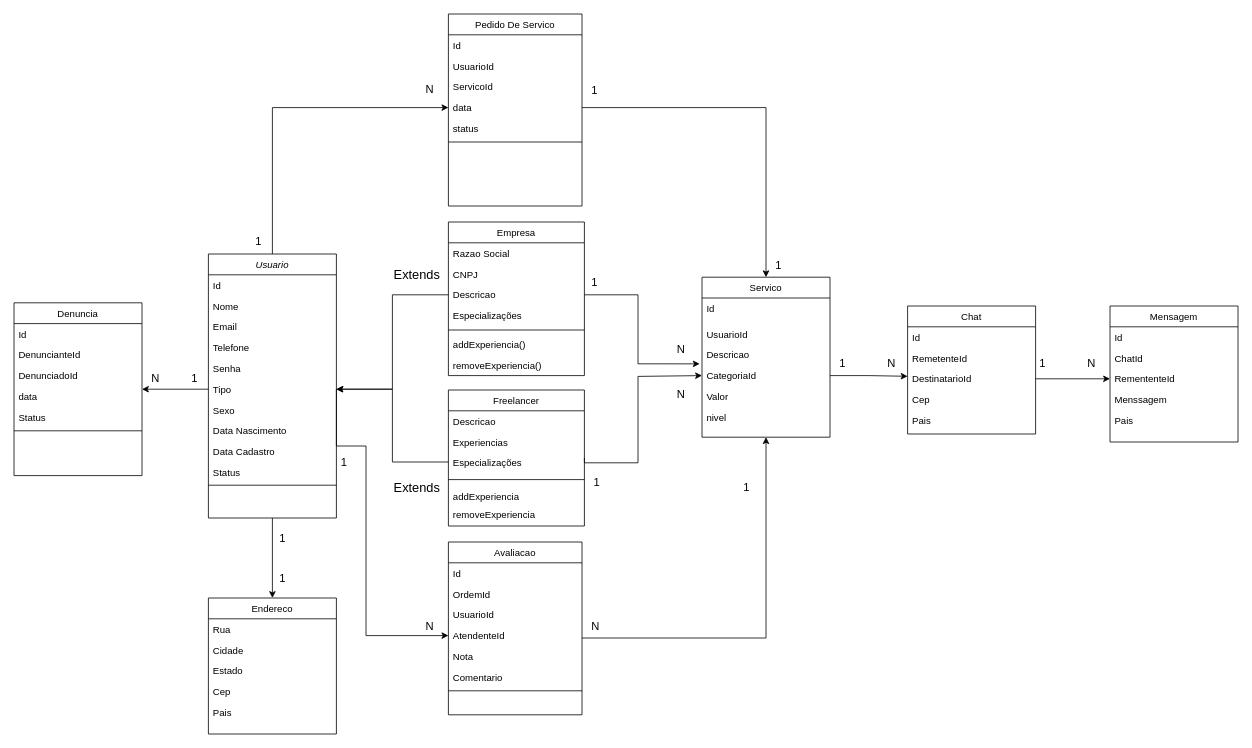
The draw.io diagram parceirtoCerto.drawio in Daniel-Ugulino/parceiroCerto, before the edit. Source tidied: cells renumbered, new cells numbered last; positions are measured from the earlier drawing's top-left corner, leaving out a move shared by most shapes. Both pictures are drawn from the tidied source at 80%, with x=0, y=0 at pixel (14, 14).
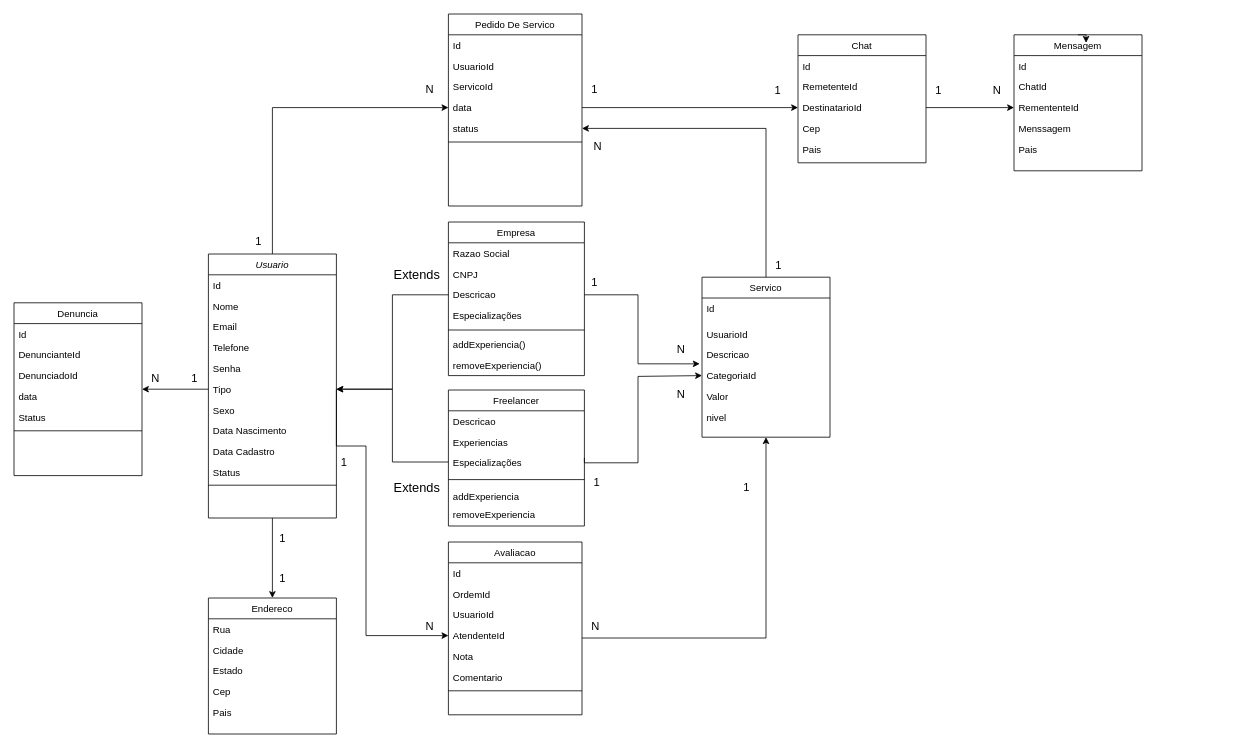
The same diagram, later.

Commit message:
feat: Update on the chat class relation

Unchanged cells that the change refers to:
```xml
<mxCell id="39" value="Servico" style="swimlane;fontStyle=0;align=center;verticalAlign=top;horizontal=1;startSize=26;rounded=0;shadow=0;strokeWidth=1;" parent="1" vertex="1">
  <mxGeometry x="860" y="329" width="160" height="200" as="geometry" />
</mxCell>
<mxCell id="43" value="CategoriaId" style="text;align=left;verticalAlign=top;spacingLeft=4;spacingRight=4;overflow=hidden;points=[[0,0.5],[1,0.5]];portConstraint=eastwest;rounded=0;shadow=0;html=0;" parent="39" vertex="1">
  <mxGeometry y="110" width="160" height="26" as="geometry" />
</mxCell>
<mxCell id="50" value="data" style="text;align=left;verticalAlign=top;spacingLeft=4;spacingRight=4;overflow=hidden;points=[[0,0.5],[1,0.5]];portConstraint=eastwest;rounded=0;shadow=0;html=0;" parent="46" vertex="1">
  <mxGeometry y="104" width="167" height="26" as="geometry" />
</mxCell>
<mxCell id="51" value="status" style="text;align=left;verticalAlign=top;spacingLeft=4;spacingRight=4;overflow=hidden;points=[[0,0.5],[1,0.5]];portConstraint=eastwest;rounded=0;shadow=0;html=0;" parent="46" vertex="1">
  <mxGeometry y="130" width="167" height="26" as="geometry" />
</mxCell>
<mxCell id="56" value="DestinatarioId" style="text;align=left;verticalAlign=top;spacingLeft=4;spacingRight=4;overflow=hidden;points=[[0,0.5],[1,0.5]];portConstraint=eastwest;rounded=0;shadow=0;html=0;" parent="53" vertex="1">
  <mxGeometry y="78" width="160" height="26" as="geometry" />
</mxCell>
```

The edit, as a diff of the source:
```diff
@@
+    <mxCell id="110" style="edgeStyle=orthogonalEdgeStyle;rounded=0;jettySize=auto;html=1;exitX=0.5;exitY=0;exitDx=0;exitDy=0;entryX=1;entryY=0.5;entryDx=0;entryDy=0;" parent="1" edge="1" source="39" target="51">
+      <mxGeometry relative="1" as="geometry" />
+    </mxCell>
@@
     <mxCell id="53" value="Chat" style="swimlane;fontStyle=0;align=center;verticalAlign=top;horizontal=1;startSize=26;rounded=0;shadow=0;strokeWidth=1;" parent="1" vertex="1">
-      <mxGeometry x="1117" y="365" width="160" height="160" as="geometry" />
+      <mxGeometry x="980" y="26" width="160" height="160" as="geometry" />
     </mxCell>
@@
     <mxCell id="59" value="Mensagem" style="swimlane;fontStyle=0;align=center;verticalAlign=top;horizontal=1;startSize=26;rounded=0;shadow=0;strokeWidth=1;" parent="1" vertex="1">
-      <mxGeometry x="1370" y="365" width="160" height="170" as="geometry" />
+      <mxGeometry x="1250" y="26" width="160" height="170" as="geometry" />
     </mxCell>
@@
-    <mxCell id="81" style="edgeStyle=orthogonalEdgeStyle;rounded=0;jettySize=auto;html=1;exitX=1;exitY=0.5;exitDx=0;exitDy=0;entryX=0.5;entryY=0;entryDx=0;entryDy=0;" parent="1" edge="1" source="50" target="39">
-      <mxGeometry relative="1" as="geometry" />
-    </mxCell>
-    <mxCell id="82" value="1" style="text;whiteSpace=wrap;html=1;fontSize=14;" parent="1" vertex="1">
-      <mxGeometry x="720" y="80" width="20" height="30" as="geometry" />
+    <mxCell id="82" value="N" style="text;whiteSpace=wrap;html=1;fontSize=14;" parent="1" vertex="1">
+      <mxGeometry x="723" y="150" width="20" height="30" as="geometry" />
     </mxCell>
@@
-    <mxCell id="97" style="edgeStyle=orthogonalEdgeStyle;rounded=0;jettySize=auto;html=1;exitX=1;exitY=0.5;exitDx=0;exitDy=0;entryX=0;entryY=0.38;entryDx=0;entryDy=0;entryPerimeter=0;" parent="1" edge="1" source="43" target="56">
-      <mxGeometry relative="1" as="geometry" />
-    </mxCell>
@@
     <mxCell id="99" value="1" style="text;whiteSpace=wrap;html=1;fontSize=14;" parent="1" vertex="1">
-      <mxGeometry x="1030" y="422" width="17" height="30" as="geometry" />
+      <mxGeometry x="720" y="79" width="17" height="30" as="geometry" />
     </mxCell>
-    <mxCell id="100" value="N" style="text;whiteSpace=wrap;html=1;fontSize=14;" parent="1" vertex="1">
-      <mxGeometry x="1090" y="422" width="20" height="30" as="geometry" />
+    <mxCell id="100" value="1" style="text;whiteSpace=wrap;html=1;fontSize=14;" parent="1" vertex="1">
+      <mxGeometry x="948.5" y="80" width="20" height="30" as="geometry" />
     </mxCell>
     <mxCell id="101" value="N" style="text;whiteSpace=wrap;html=1;fontSize=14;" parent="1" vertex="1">
-      <mxGeometry x="1340" y="422" width="20" height="30" as="geometry" />
+      <mxGeometry x="1222" y="80" width="19" height="30" as="geometry" />
     </mxCell>
     <mxCell id="102" value="1" style="text;whiteSpace=wrap;html=1;fontSize=14;" parent="1" vertex="1">
-      <mxGeometry x="1280" y="422" width="17" height="30" as="geometry" />
+      <mxGeometry x="1150" y="80" width="17" height="30" as="geometry" />
     </mxCell>
@@
+    <mxCell id="111" style="edgeStyle=orthogonalEdgeStyle;rounded=0;jettySize=auto;html=1;exitX=1;exitY=0.5;exitDx=0;exitDy=0;entryX=0;entryY=0.5;entryDx=0;entryDy=0;" parent="1" edge="1" source="50" target="56">
+      <mxGeometry relative="1" as="geometry" />
+    </mxCell>
+    <mxCell id="112" style="edgeStyle=orthogonalEdgeStyle;rounded=0;orthogonalLoop=1;jettySize=auto;html=1;exitX=0.5;exitY=0;exitDx=0;exitDy=0;entryX=0.563;entryY=0.059;entryDx=0;entryDy=0;entryPerimeter=0;" parent="1" edge="1" source="59" target="59">
+      <mxGeometry relative="1" as="geometry" />
+    </mxCell>
```
